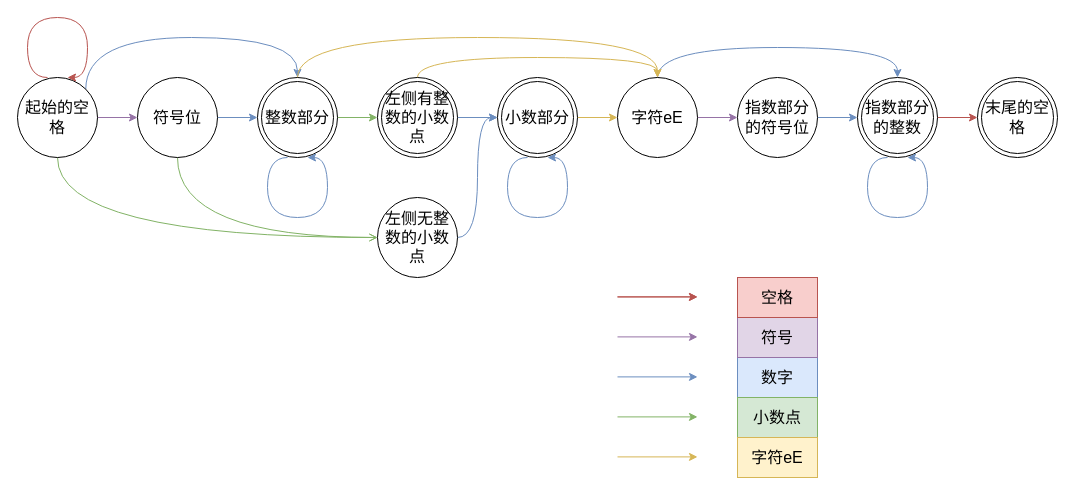
This is 剑指 Offer 20. 表示数值的字符串/图片/状态转移图.drawio from XingbangPan/The-Sword-Refers-to-the-Offer, a draw.io file, before an edit. Source tidied: cells renumbered, new cells numbered last; positions are measured from the earlier drawing's top-left corner, leaving out a move shared by most shapes. Both pictures are drawn from the tidied source at 100%, with x=0, y=0 at pixel (17, 17).
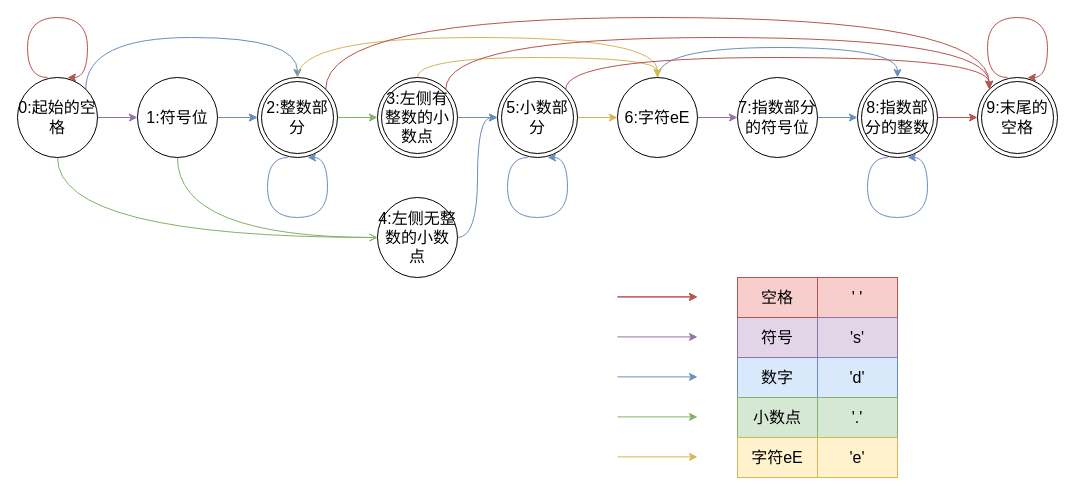
The same diagram, later.

The edit, as a diff of the source:
```diff
@@
-    <mxCell id="5" value="&lt;font style=&quot;font-size: 16px;&quot;&gt;起始的空格&lt;/font&gt;" style="ellipse;whiteSpace=wrap;html=1;" parent="1" vertex="1">
+    <mxCell id="5" value="&lt;font style=&quot;font-size: 16px;&quot;&gt;0:起始的空格&lt;/font&gt;" style="ellipse;whiteSpace=wrap;html=1;" parent="1" vertex="1">
       <mxGeometry y="60" width="80" height="80" as="geometry" />
     </mxCell>
@@
+    <mxCell id="50" style="edgeStyle=none;html=1;fillColor=#dae8fc;strokeColor=#6c8ebf;" parent="1" edge="1" source="8" target="41">
+      <mxGeometry relative="1" as="geometry" />
+    </mxCell>
-    <mxCell id="8" value="&lt;font style=&quot;font-size: 16px;&quot;&gt;符号位&lt;/font&gt;" style="ellipse;whiteSpace=wrap;html=1;" parent="1" vertex="1">
+    <mxCell id="8" value="&lt;font style=&quot;font-size: 16px;&quot;&gt;1:符号位&lt;/font&gt;" style="ellipse;whiteSpace=wrap;html=1;" parent="1" vertex="1">
       <mxGeometry x="120" y="60" width="80" height="80" as="geometry" />
     </mxCell>
@@
-    <mxCell id="12" value="&lt;span style=&quot;font-size: 16px;&quot;&gt;左侧无整数的小数点&lt;/span&gt;" style="ellipse;whiteSpace=wrap;html=1;" parent="1" vertex="1">
+    <mxCell id="12" value="&lt;span style=&quot;font-size: 16px;&quot;&gt;4:左侧无整数的小数点&lt;/span&gt;" style="ellipse;whiteSpace=wrap;html=1;" parent="1" vertex="1">
       <mxGeometry x="360" y="180" width="80" height="80" as="geometry" />
     </mxCell>
@@
-    <mxCell id="16" value="&lt;span style=&quot;font-size: 16px;&quot;&gt;字符eE&lt;/span&gt;" style="ellipse;whiteSpace=wrap;html=1;" parent="1" vertex="1">
+    <mxCell id="16" value="&lt;span style=&quot;font-size: 16px;&quot;&gt;6:字符eE&lt;/span&gt;" style="ellipse;whiteSpace=wrap;html=1;" parent="1" vertex="1">
       <mxGeometry x="600" y="60" width="80" height="80" as="geometry" />
     </mxCell>
@@
-    <mxCell id="18" value="&lt;span style=&quot;font-size: 16px;&quot;&gt;指数部分的符号位&lt;/span&gt;" style="ellipse;whiteSpace=wrap;html=1;" parent="1" vertex="1">
+    <mxCell id="18" value="&lt;span style=&quot;font-size: 16px;&quot;&gt;7:指数部分的符号位&lt;/span&gt;" style="ellipse;whiteSpace=wrap;html=1;" parent="1" vertex="1">
       <mxGeometry x="720" y="60" width="80" height="80" as="geometry" />
     </mxCell>
@@
+    <mxCell id="51" style="edgeStyle=orthogonalEdgeStyle;html=1;exitX=1;exitY=0;exitDx=0;exitDy=0;curved=1;entryX=0;entryY=0;entryDx=0;entryDy=0;fillColor=#f8cecc;strokeColor=#b85450;" parent="1" edge="1" source="41" target="46">
+      <mxGeometry relative="1" as="geometry">
+        <Array as="points">
+          <mxPoint x="308" />
+          <mxPoint x="972" />
+        </Array>
+      </mxGeometry>
+    </mxCell>
-    <mxCell id="41" value="整数部分" style="ellipse;shape=doubleEllipse;whiteSpace=wrap;html=1;fontSize=16;" parent="1" vertex="1">
+    <mxCell id="41" value="2:整数部分" style="ellipse;shape=doubleEllipse;whiteSpace=wrap;html=1;fontSize=16;" parent="1" vertex="1">
       <mxGeometry x="240" y="60" width="80" height="80" as="geometry" />
     </mxCell>
@@
+    <mxCell id="52" style="edgeStyle=orthogonalEdgeStyle;curved=1;html=1;exitX=1;exitY=0;exitDx=0;exitDy=0;entryX=0;entryY=0;entryDx=0;entryDy=0;fillColor=#f8cecc;strokeColor=#b85450;" parent="1" edge="1" source="43" target="46">
+      <mxGeometry relative="1" as="geometry">
+        <Array as="points">
+          <mxPoint x="428" y="20" />
+          <mxPoint x="972" y="20" />
+        </Array>
+      </mxGeometry>
+    </mxCell>
-    <mxCell id="43" value="左侧有整数的小数点" style="ellipse;shape=doubleEllipse;whiteSpace=wrap;html=1;fontSize=16;" parent="1" vertex="1">
+    <mxCell id="43" value="3:左侧有整数的小数点" style="ellipse;shape=doubleEllipse;whiteSpace=wrap;html=1;fontSize=16;" parent="1" vertex="1">
       <mxGeometry x="360" y="60" width="80" height="80" as="geometry" />
     </mxCell>
+    <mxCell id="53" style="edgeStyle=orthogonalEdgeStyle;curved=1;html=1;exitX=1;exitY=0;exitDx=0;exitDy=0;entryX=0;entryY=0;entryDx=0;entryDy=0;fillColor=#f8cecc;strokeColor=#b85450;" parent="1" edge="1" source="44" target="46">
+      <mxGeometry relative="1" as="geometry">
+        <Array as="points">
+          <mxPoint x="548" y="40" />
+          <mxPoint x="972" y="40" />
+        </Array>
+      </mxGeometry>
+    </mxCell>
-    <mxCell id="44" value="小数部分" style="ellipse;shape=doubleEllipse;whiteSpace=wrap;html=1;fontSize=16;" parent="1" vertex="1">
+    <mxCell id="44" value="5:小数部分" style="ellipse;shape=doubleEllipse;whiteSpace=wrap;html=1;fontSize=16;" parent="1" vertex="1">
       <mxGeometry x="480" y="60" width="80" height="80" as="geometry" />
     </mxCell>
-    <mxCell id="45" value="指数部分的整数" style="ellipse;shape=doubleEllipse;whiteSpace=wrap;html=1;fontSize=16;" parent="1" vertex="1">
+    <mxCell id="45" value="8:指数部分的整数" style="ellipse;shape=doubleEllipse;whiteSpace=wrap;html=1;fontSize=16;" parent="1" vertex="1">
       <mxGeometry x="840" y="60" width="80" height="80" as="geometry" />
     </mxCell>
-    <mxCell id="46" value="末尾的空格" style="ellipse;shape=doubleEllipse;whiteSpace=wrap;html=1;fontSize=16;" parent="1" vertex="1">
+    <mxCell id="46" value="9:末尾的空格" style="ellipse;shape=doubleEllipse;whiteSpace=wrap;html=1;fontSize=16;" parent="1" vertex="1">
       <mxGeometry x="960" y="60" width="80" height="80" as="geometry" />
     </mxCell>
@@
+    <mxCell id="54" style="group;" parent="1" vertex="1">
+      <mxGeometry x="800" y="260" width="80" height="200" as="geometry" />
+    </mxCell>
+    <mxCell id="55" value="' '" style="text;strokeColor=#b85450;align=center;fillColor=#f8cecc;html=1;verticalAlign=middle;whiteSpace=wrap;rounded=0;fontSize=16;" parent="54" vertex="1">
+      <mxGeometry width="80" height="40" as="geometry" />
+    </mxCell>
+    <mxCell id="56" value="'s'" style="text;strokeColor=#9673a6;align=center;fillColor=#e1d5e7;html=1;verticalAlign=middle;whiteSpace=wrap;rounded=0;fontSize=16;" parent="54" vertex="1">
+      <mxGeometry y="40" width="80" height="40" as="geometry" />
+    </mxCell>
+    <mxCell id="57" value="'d'" style="text;strokeColor=#6c8ebf;align=center;fillColor=#dae8fc;html=1;verticalAlign=middle;whiteSpace=wrap;rounded=0;fontSize=16;" parent="54" vertex="1">
+      <mxGeometry y="80" width="80" height="40" as="geometry" />
+    </mxCell>
+    <mxCell id="58" value="'.'" style="text;strokeColor=#82b366;align=center;fillColor=#d5e8d4;html=1;verticalAlign=middle;whiteSpace=wrap;rounded=0;fontSize=16;" parent="54" vertex="1">
+      <mxGeometry y="120" width="80" height="40" as="geometry" />
+    </mxCell>
+    <mxCell id="59" value="'e'" style="text;strokeColor=#d6b656;align=center;fillColor=#fff2cc;html=1;verticalAlign=middle;whiteSpace=wrap;rounded=0;fontSize=16;" parent="54" vertex="1">
+      <mxGeometry y="160" width="80" height="40" as="geometry" />
+    </mxCell>
+    <mxCell id="60" style="endArrow=classic;html=1;fontSize=16;curved=1;elbow=vertical;jumpStyle=arc;edgeStyle=orthogonalEdgeStyle;fillColor=#f8cecc;strokeColor=#b85450;" parent="1" edge="1">
+      <mxGeometry relative="1" as="geometry">
+        <mxPoint x="990" y="60" as="sourcePoint" />
+        <mxPoint x="1010" y="60" as="targetPoint" />
+        <Array as="points">
+          <mxPoint x="970" y="60" />
+          <mxPoint x="970" />
+          <mxPoint x="1030" />
+          <mxPoint x="1030" y="60" />
+        </Array>
+      </mxGeometry>
+    </mxCell>
```
